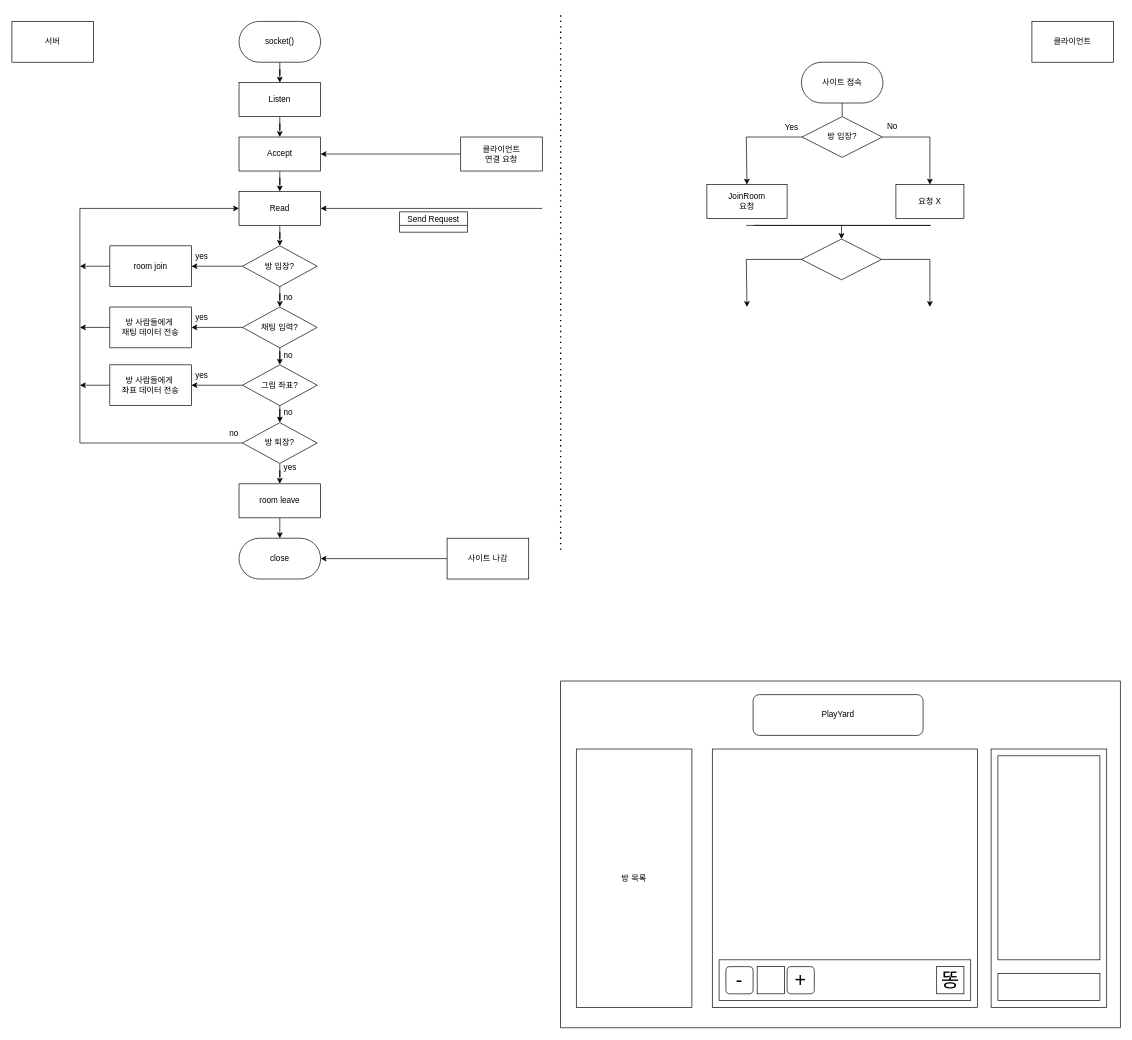
Earlier version of the draw.io diagram Untitled Diagram.drawio (riulwoo/playyard). Source tidied: cells renumbered, new cells numbered last; positions are measured from the earlier drawing's top-left corner, leaving out a move shared by most shapes. Both pictures are drawn from the tidied source at 68%, with x=0, y=0 at pixel (12, 12).
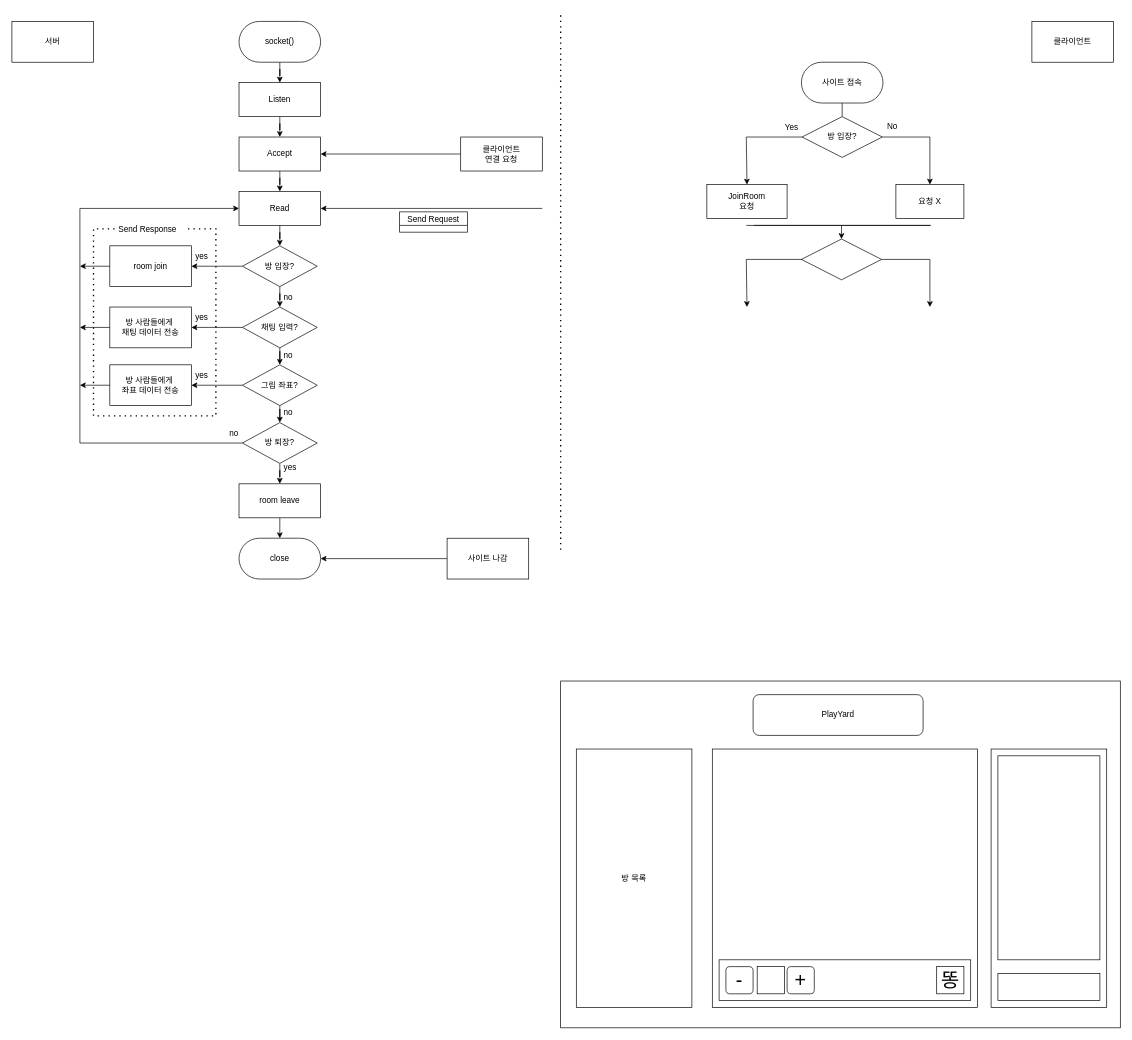
After the change.

Diff of the diagram source:
```diff
@@
+    <mxCell id="75" value="Send Response" style="text;strokeColor=none;fillColor=none;align=left;verticalAlign=middle;spacingLeft=4;spacingRight=4;overflow=hidden;points=[[0,0.5],[1,0.5]];portConstraint=eastwest;" parent="1" vertex="1">
+      <mxGeometry x="151" y="303" width="106" height="30" as="geometry" />
+    </mxCell>
+    <mxCell id="76" style="endArrow=none;dashed=1;html=1;dashPattern=1 3;strokeWidth=2;rounded=0;entryX=1;entryY=0.5;entryDx=0;entryDy=0;exitX=0;exitY=0.5;exitDx=0;exitDy=0;" parent="1" edge="1" source="75" target="75">
+      <mxGeometry relative="1" as="geometry">
+        <Array as="points">
+          <mxPoint x="120" y="318" />
+          <mxPoint x="120" y="593" />
+          <mxPoint x="300" y="593" />
+          <mxPoint x="300" y="318" />
+        </Array>
+      </mxGeometry>
+    </mxCell>
```
